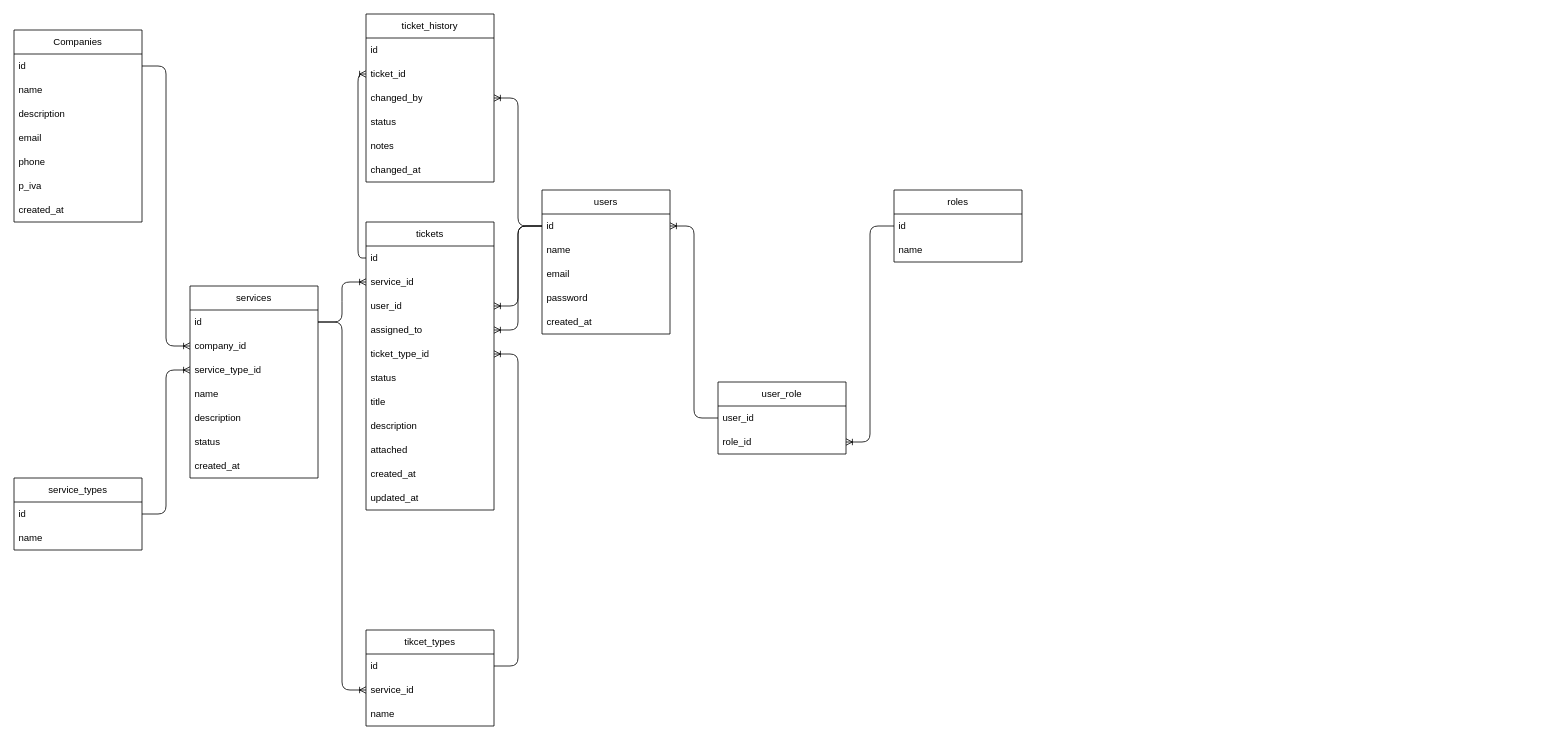
leonardopalluzzi/fp_spring keeps this draw.io diagram as src/main/java/org/finalproject/java/fp_spring/Data/er.drawio. Above is the earlier version. Source tidied: cells renumbered, new cells numbered last; positions are measured from the earlier drawing's top-left corner, leaving out a move shared by most shapes. Both pictures are drawn from the tidied source at 80%, with x=0, y=0 at pixel (14, 14).
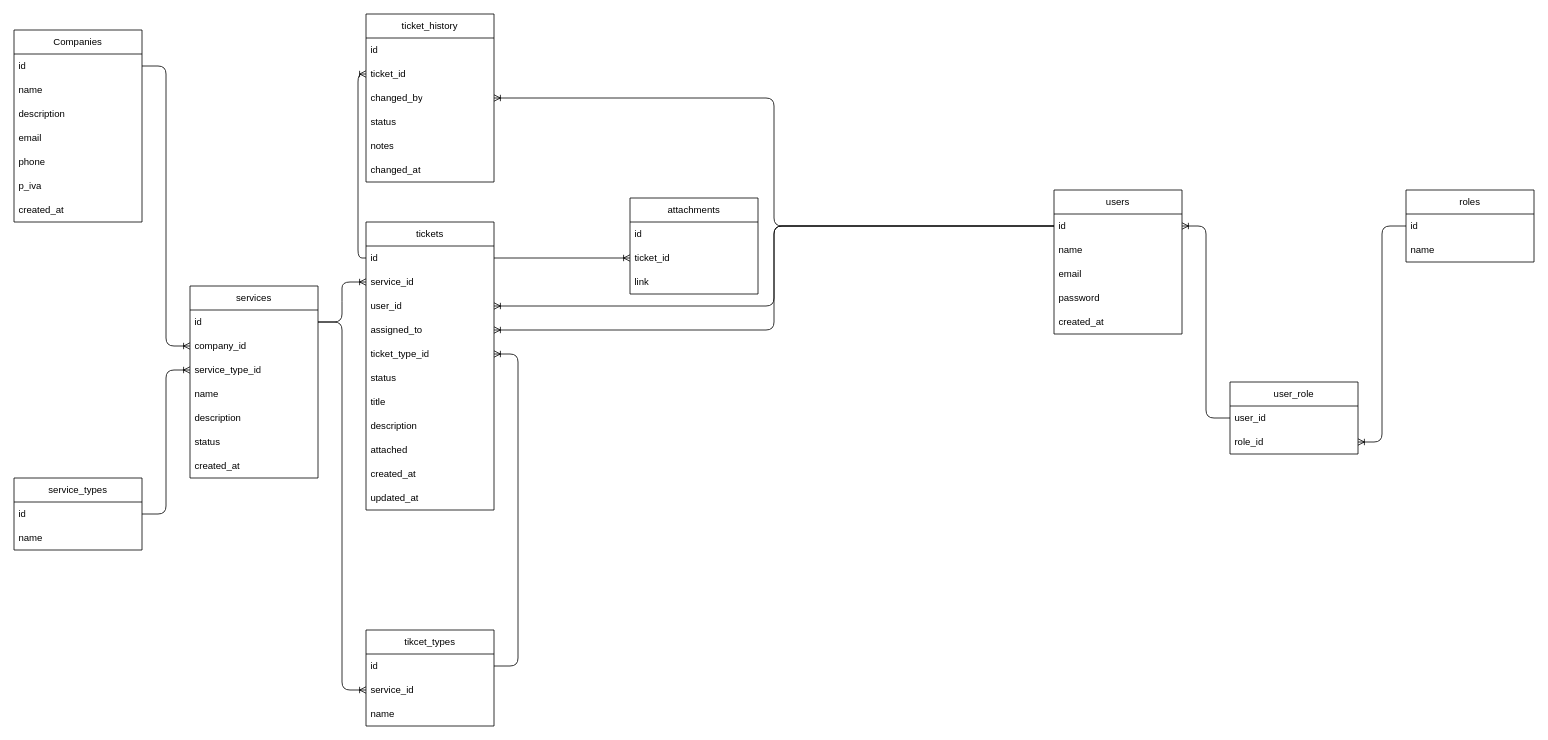
The same diagram, later.

Commit message (it also covers changes not shown here):
add attachments entity

Unchanged cells that the change refers to:
```xml
<mxCell id="11" value="id" style="text;strokeColor=none;fillColor=none;align=left;verticalAlign=middle;spacingLeft=4;spacingRight=4;overflow=hidden;points=[[0,0.5],[1,0.5]];portConstraint=eastwest;whiteSpace=wrap;html=1;" parent="10" vertex="1">
  <mxGeometry y="30" width="160" height="30" as="geometry" />
</mxCell>
<mxCell id="28" value="id" style="text;strokeColor=none;fillColor=none;align=left;verticalAlign=middle;spacingLeft=4;spacingRight=4;overflow=hidden;points=[[0,0.5],[1,0.5]];portConstraint=eastwest;whiteSpace=wrap;html=1;" parent="27" vertex="1">
  <mxGeometry y="30" width="160" height="30" as="geometry" />
</mxCell>
<mxCell id="30" value="user_id" style="text;strokeColor=none;fillColor=none;align=left;verticalAlign=middle;spacingLeft=4;spacingRight=4;overflow=hidden;points=[[0,0.5],[1,0.5]];portConstraint=eastwest;whiteSpace=wrap;html=1;" parent="27" vertex="1">
  <mxGeometry y="90" width="160" height="30" as="geometry" />
</mxCell>
<mxCell id="31" value="assigned_to" style="text;strokeColor=none;fillColor=none;align=left;verticalAlign=middle;spacingLeft=4;spacingRight=4;overflow=hidden;points=[[0,0.5],[1,0.5]];portConstraint=eastwest;whiteSpace=wrap;html=1;" parent="27" vertex="1">
  <mxGeometry y="120" width="160" height="30" as="geometry" />
</mxCell>
<mxCell id="59" value="changed_by" style="text;strokeColor=none;fillColor=none;align=left;verticalAlign=middle;spacingLeft=4;spacingRight=4;overflow=hidden;points=[[0,0.5],[1,0.5]];portConstraint=eastwest;whiteSpace=wrap;html=1;" parent="56" vertex="1">
  <mxGeometry y="90" width="160" height="30" as="geometry" />
</mxCell>
```

The edit, as a diff of the source:
```diff
@@
     <mxCell id="10" value="users" style="swimlane;fontStyle=0;horizontal=1;startSize=30;whiteSpace=wrap;html=1;" parent="1" vertex="1">
-      <mxGeometry x="660" y="220" width="160" height="180" as="geometry" />
+      <mxGeometry x="1300" y="220" width="160" height="180" as="geometry" />
     </mxCell>
@@
     <mxCell id="16" value="roles" style="swimlane;fontStyle=0;horizontal=1;startSize=30;whiteSpace=wrap;html=1;" parent="1" vertex="1">
-      <mxGeometry x="1100" y="220" width="160" height="90" as="geometry" />
+      <mxGeometry x="1740" y="220" width="160" height="90" as="geometry" />
     </mxCell>
@@
     <mxCell id="43" value="user_role" style="swimlane;fontStyle=0;horizontal=1;startSize=30;whiteSpace=wrap;html=1;" parent="1" vertex="1">
-      <mxGeometry x="880" y="460" width="160" height="90" as="geometry" />
+      <mxGeometry x="1520" y="460" width="160" height="90" as="geometry" />
     </mxCell>
@@
-    <mxCell id="49" style="edgeStyle=entityRelationEdgeStyle;fontSize=12;html=1;endArrow=ERoneToMany;exitX=0;exitY=0.5;exitDx=0;exitDy=0;" parent="1" edge="1" source="11" target="30">
+    <mxCell id="49" style="edgeStyle=orthogonalEdgeStyle;fontSize=12;html=1;endArrow=ERoneToMany;exitX=0;exitY=0.5;exitDx=0;exitDy=0;" parent="1" edge="1" source="11" target="30">
       <mxGeometry relative="1" as="geometry" />
     </mxCell>
@@
-    <mxCell id="64" style="edgeStyle=entityRelationEdgeStyle;fontSize=12;html=1;endArrow=ERoneToMany;exitX=0;exitY=0.5;exitDx=0;exitDy=0;entryX=1;entryY=0.5;entryDx=0;entryDy=0;" parent="1" edge="1" source="11" target="59">
+    <mxCell id="64" style="edgeStyle=orthogonalEdgeStyle;fontSize=12;html=1;endArrow=ERoneToMany;exitX=0;exitY=0.5;exitDx=0;exitDy=0;entryX=1;entryY=0.5;entryDx=0;entryDy=0;" parent="1" edge="1" source="11" target="59">
       <mxGeometry relative="1" as="geometry" />
     </mxCell>
-    <mxCell id="65" style="edgeStyle=entityRelationEdgeStyle;fontSize=12;html=1;endArrow=ERoneToMany;exitX=0;exitY=0.5;exitDx=0;exitDy=0;entryX=1;entryY=0.5;entryDx=0;entryDy=0;" parent="1" edge="1" source="11" target="31">
+    <mxCell id="65" style="edgeStyle=orthogonalEdgeStyle;fontSize=12;html=1;endArrow=ERoneToMany;exitX=0;exitY=0.5;exitDx=0;exitDy=0;entryX=1;entryY=0.5;entryDx=0;entryDy=0;" parent="1" edge="1" source="11" target="31">
       <mxGeometry relative="1" as="geometry" />
     </mxCell>
@@
+    <mxCell id="67" value="attachments" style="swimlane;fontStyle=0;horizontal=1;startSize=30;whiteSpace=wrap;html=1;" parent="1" vertex="1">
+      <mxGeometry x="770" y="230" width="160" height="120" as="geometry" />
+    </mxCell>
+    <mxCell id="68" value="id" style="text;strokeColor=none;fillColor=none;align=left;verticalAlign=middle;spacingLeft=4;spacingRight=4;overflow=hidden;whiteSpace=wrap;html=1;" parent="67" vertex="1">
+      <mxGeometry y="30" width="160" height="30" as="geometry" />
+    </mxCell>
+    <mxCell id="69" value="ticket_id" style="text;strokeColor=none;fillColor=none;align=left;verticalAlign=middle;spacingLeft=4;spacingRight=4;overflow=hidden;points=[[0,0.5],[1,0.5]];portConstraint=eastwest;whiteSpace=wrap;html=1;" parent="67" vertex="1">
+      <mxGeometry y="60" width="160" height="30" as="geometry" />
+    </mxCell>
+    <mxCell id="70" value="link" style="text;strokeColor=none;fillColor=none;align=left;verticalAlign=middle;spacingLeft=4;spacingRight=4;overflow=hidden;whiteSpace=wrap;html=1;" parent="67" vertex="1">
+      <mxGeometry y="90" width="160" height="30" as="geometry" />
+    </mxCell>
+    <mxCell id="71" style="edgeStyle=entityRelationEdgeStyle;fontSize=12;html=1;endArrow=ERoneToMany;exitX=1;exitY=0.5;exitDx=0;exitDy=0;entryX=0;entryY=0.5;entryDx=0;entryDy=0;" parent="1" edge="1" source="28" target="69">
+      <mxGeometry relative="1" as="geometry" />
+    </mxCell>
```
